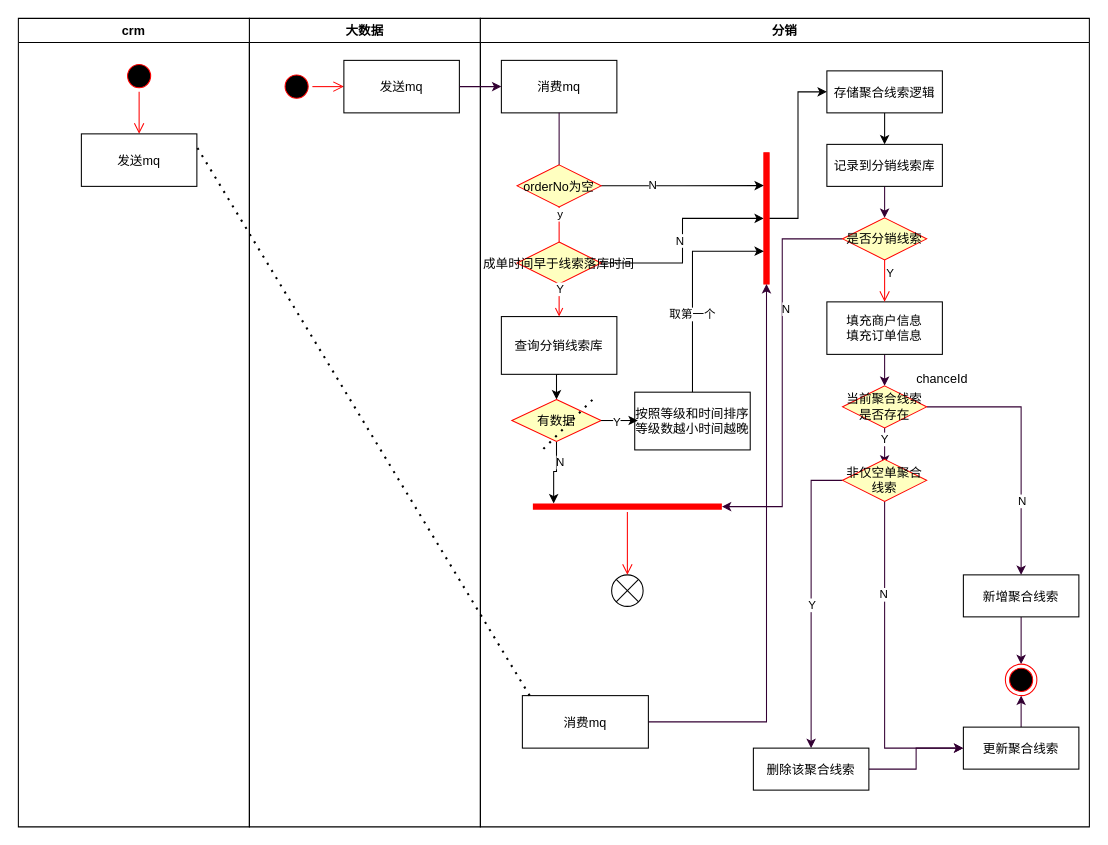
Earlier version of the draw.io diagram 线索归因时序图.drawio (aljg1999/flowchart). Source tidied: cells renumbered, new cells numbered last; positions are measured from the earlier drawing's top-left corner, leaving out a move shared by most shapes. Both pictures are drawn from the tidied source at 105%, with x=0, y=0 at pixel (18, 18).
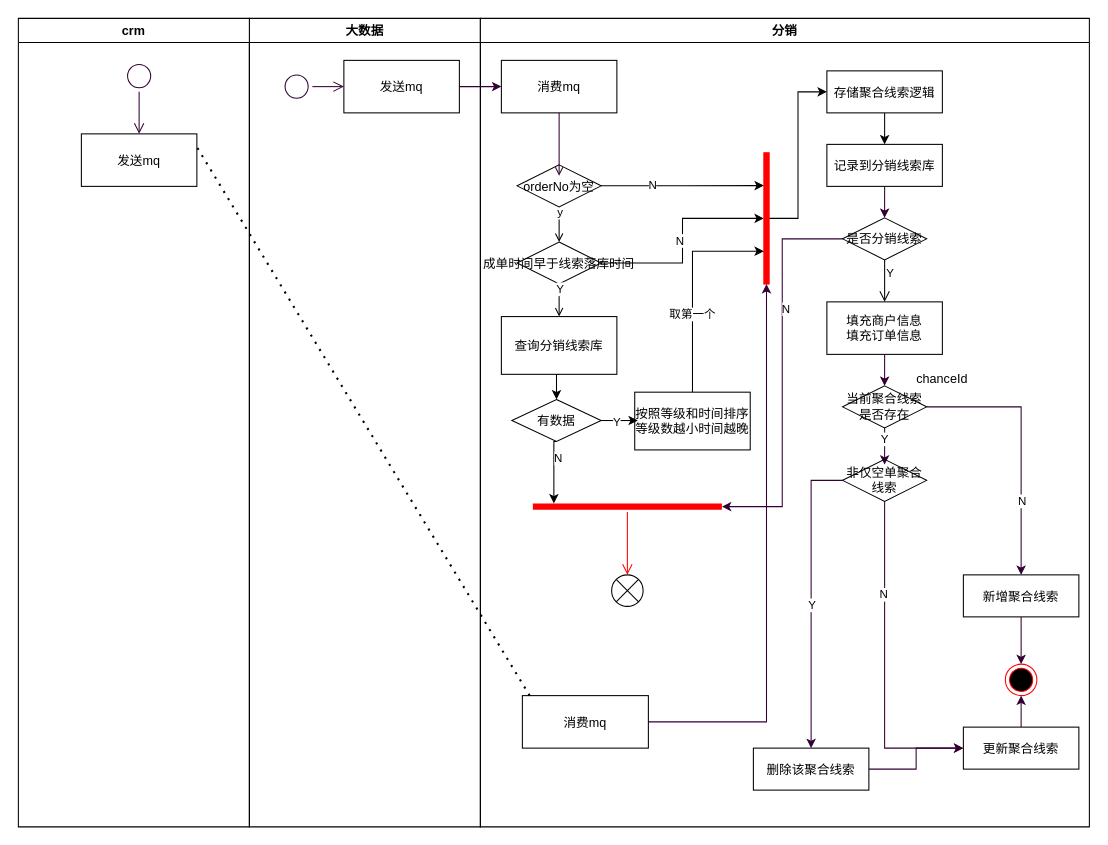
The same page after the edit.

Commit message:
Update 线索归因时序图.drawio

Unchanged cells that the change refers to:
```xml
<mxCell id="2" value="大数据" style="swimlane;whiteSpace=wrap;" parent="1" vertex="1">
  <mxGeometry x="220" width="220" height="770" as="geometry" />
</mxCell>
<mxCell id="5" value="发送mq" parent="2" vertex="1">
  <mxGeometry x="90" y="40" width="110" height="50" as="geometry" />
</mxCell>
<mxCell id="6" value="分销" style="swimlane;whiteSpace=wrap;" parent="1" vertex="1">
  <mxGeometry x="440" width="580" height="770" as="geometry" />
</mxCell>
<mxCell id="10" value="查询分销线索库" parent="6" vertex="1">
  <mxGeometry x="20" y="284" width="110" height="55" as="geometry" />
</mxCell>
<mxCell id="36" value="填充商户信息&#10;填充订单信息" parent="6" vertex="1">
  <mxGeometry x="330" y="270" width="110" height="50" as="geometry" />
</mxCell>
<mxCell id="44" style="shape=line;html=1;strokeWidth=6;strokeColor=#ff0000;" parent="6" vertex="1">
  <mxGeometry x="50" y="460" width="180" height="10" as="geometry" />
</mxCell>
<mxCell id="64" value="crm" style="swimlane;whiteSpace=wrap;" parent="1" vertex="1">
  <mxGeometry width="220" height="770" as="geometry" />
</mxCell>
<mxCell id="67" value="发送mq" parent="64" vertex="1">
  <mxGeometry x="60" y="110" width="110" height="50" as="geometry" />
</mxCell>
```

Diff of the diagram source:
```diff
@@
-    <mxCell id="3" style="ellipse;shape=startState;fillColor=#000000;strokeColor=#ff0000;" parent="2" vertex="1">
+    <mxCell id="3" style="ellipse;shape=startState;fillColor=none;strokeColor=#330033;" parent="2" vertex="1">
       <mxGeometry x="30" y="50" width="30" height="30" as="geometry" />
     </mxCell>
-    <mxCell id="4" style="edgeStyle=elbowEdgeStyle;elbow=horizontal;verticalAlign=bottom;endArrow=open;endSize=8;strokeColor=#FF0000;endFill=1;rounded=0;" parent="2" edge="1" source="3" target="5">
+    <mxCell id="4" style="edgeStyle=elbowEdgeStyle;elbow=horizontal;verticalAlign=bottom;endArrow=open;endSize=8;endFill=1;rounded=0;strokeColor=#330033;" parent="2" edge="1" source="3" target="5">
       <mxGeometry x="100" y="40" as="geometry" />
     </mxCell>
@@
-    <mxCell id="11" style="endArrow=open;strokeColor=#FF0000;endFill=1;rounded=0;exitX=0.5;exitY=1;exitDx=0;exitDy=0;" parent="6" edge="1" source="20">
-      <mxGeometry relative="1" as="geometry">
-        <mxPoint x="75" y="230" as="targetPoint" />
-      </mxGeometry>
+    <mxCell id="11" style="endArrow=open;endFill=1;rounded=0;exitX=0.5;exitY=1;exitDx=0;exitDy=0;entryX=0.5;entryY=0;entryDx=0;entryDy=0;" parent="6" edge="1" source="20" target="15">
+      <mxGeometry relative="1" as="geometry" />
     </mxCell>
@@
-    <mxCell id="15" value="成单时间早于线索落库时间" style="rhombus;fillColor=#ffffc0;strokeColor=#ff0000;" parent="6" vertex="1">
+    <mxCell id="15" value="成单时间早于线索落库时间" style="rhombus;fillColor=none;" parent="6" vertex="1">
       <mxGeometry x="35" y="213" width="80" height="40" as="geometry" />
     </mxCell>
@@
-    <mxCell id="20" value="orderNo为空" style="rhombus;fillColor=#ffffc0;strokeColor=#ff0000;" parent="6" vertex="1">
+    <mxCell id="20" value="orderNo为空" style="rhombus;fillColor=none;" parent="6" vertex="1">
       <mxGeometry x="35" y="139.5" width="80" height="40" as="geometry" />
     </mxCell>
-    <mxCell id="21" style="endArrow=open;strokeColor=#FF0000;endFill=1;rounded=0;exitX=0.5;exitY=1;exitDx=0;exitDy=0;entryX=0.5;entryY=0;entryDx=0;entryDy=0;" parent="6" edge="1" source="15" target="10">
+    <mxCell id="21" style="endArrow=open;endFill=1;rounded=0;exitX=0.5;exitY=1;exitDx=0;exitDy=0;entryX=0.5;entryY=0;entryDx=0;entryDy=0;" parent="6" edge="1" source="15" target="10">
       <mxGeometry relative="1" as="geometry" />
     </mxCell>
@@
-    <mxCell id="23" style="edgeStyle=orthogonalEdgeStyle;rounded=0;jettySize=auto;html=1;exitX=0.5;exitY=1;exitDx=0;exitDy=0;entryX=0.11;entryY=0.2;entryDx=0;entryDy=0;entryPerimeter=0;" parent="6" edge="1" source="25" target="44">
-      <mxGeometry relative="1" as="geometry" />
+    <mxCell id="23" style="edgeStyle=orthogonalEdgeStyle;rounded=0;orthogonalLoop=1;jettySize=auto;html=1;exitX=0.5;exitY=1;exitDx=0;exitDy=0;" parent="6" edge="1">
+      <mxGeometry relative="1" as="geometry">
+        <mxPoint x="72.5" y="403" as="sourcePoint" />
+        <mxPoint x="70" y="462" as="targetPoint" />
+        <Array as="points">
+          <mxPoint x="70" y="403" />
+        </Array>
+      </mxGeometry>
     </mxCell>
@@
-    <mxCell id="25" value="有数据" style="rhombus;fillColor=#ffffc0;strokeColor=#ff0000;" parent="6" vertex="1">
+    <mxCell id="25" value="有数据" style="rhombus;fillColor=none;" parent="6" vertex="1">
       <mxGeometry x="30" y="363" width="85" height="40" as="geometry" />
     </mxCell>
@@
-    <mxCell id="42" value="是否分销线索" style="rhombus;whiteSpace=wrap;html=1;fillColor=#ffffc0;strokeColor=#ff0000;" parent="6" vertex="1">
+    <mxCell id="42" value="是否分销线索" style="rhombus;whiteSpace=wrap;html=1;fillColor=none;" parent="6" vertex="1">
       <mxGeometry x="345" y="190" width="80" height="40" as="geometry" />
     </mxCell>
-    <mxCell id="43" value="Y" style="edgeStyle=orthogonalEdgeStyle;html=1;align=left;verticalAlign=top;endArrow=open;endSize=8;strokeColor=#ff0000;entryX=0.5;entryY=0;entryDx=0;entryDy=0;" parent="6" edge="1" source="42" target="36">
+    <mxCell id="43" value="Y" style="edgeStyle=orthogonalEdgeStyle;html=1;align=left;verticalAlign=top;endArrow=open;endSize=8;entryX=0.5;entryY=0;entryDx=0;entryDy=0;" parent="6" edge="1" source="42" target="36">
       <mxGeometry x="-1" relative="1" as="geometry" />
     </mxCell>
@@
-    <mxCell id="50" value="当前聚合线索是否存在" style="rhombus;whiteSpace=wrap;html=1;fillColor=#ffffc0;strokeColor=#ff0000;" parent="6" vertex="1">
+    <mxCell id="50" value="当前聚合线索是否存在" style="rhombus;whiteSpace=wrap;html=1;fillColor=none;" parent="6" vertex="1">
       <mxGeometry x="345" y="350" width="80" height="40" as="geometry" />
     </mxCell>
@@
-    <mxCell id="61" value="非仅空单聚合线索" style="rhombus;whiteSpace=wrap;html=1;fillColor=#ffffc0;strokeColor=#ff0000;" parent="6" vertex="1">
+    <mxCell id="61" value="非仅空单聚合线索" style="rhombus;whiteSpace=wrap;html=1;fillColor=none;" parent="6" vertex="1">
       <mxGeometry x="345" y="420" width="80" height="40" as="geometry" />
     </mxCell>
@@
-    <mxCell id="65" style="ellipse;shape=startState;fillColor=#000000;strokeColor=#ff0000;" parent="64" vertex="1">
+    <mxCell id="65" style="ellipse;shape=startState;strokeColor=#330033;fillColor=none;" parent="64" vertex="1">
       <mxGeometry x="100" y="40" width="30" height="30" as="geometry" />
     </mxCell>
-    <mxCell id="66" style="edgeStyle=elbowEdgeStyle;elbow=horizontal;verticalAlign=bottom;endArrow=open;endSize=8;strokeColor=#FF0000;endFill=1;rounded=0;" parent="64" edge="1" source="65" target="67">
+    <mxCell id="66" style="edgeStyle=elbowEdgeStyle;elbow=horizontal;verticalAlign=bottom;endArrow=open;endSize=8;endFill=1;rounded=0;strokeColor=#330033;" parent="64" edge="1" source="65" target="67">
       <mxGeometry x="100" y="40" as="geometry" />
     </mxCell>
@@
-    <mxCell id="68" style="endArrow=none;dashed=1;html=1;dashPattern=1 3;strokeWidth=2;" parent="1" edge="1">
-      <mxGeometry relative="1" as="geometry">
-        <mxPoint x="500" y="410" as="sourcePoint" />
-        <mxPoint x="550" y="360" as="targetPoint" />
-      </mxGeometry>
-    </mxCell>
```
